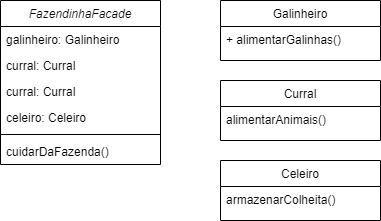
Above: Facade/facade.png in robertobarros5/EngenhariaDeSoftware (draw.io), before the change. Source tidied: cells renumbered, new cells last; positions are measured from the earlier drawing's top-left corner, leaving out a move shared by most shapes.
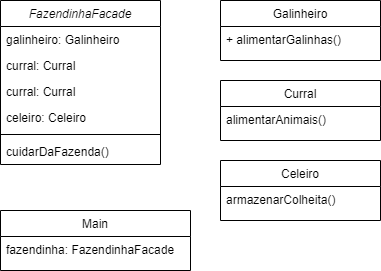
The same diagram one commit later.

Diff of the diagram source:
```diff
@@ -41,5 +41,11 @@
     <mxCell id="14" value="armazenarColheita()" style="text;align=left;verticalAlign=top;spacingLeft=4;spacingRight=4;overflow=hidden;" parent="13" vertex="1">
       <mxGeometry y="26" width="160" height="26" as="geometry" />
     </mxCell>
+    <mxCell id="15" value="Main" style="swimlane;fontStyle=0;align=center;verticalAlign=top;horizontal=1;startSize=26;rounded=0;shadow=0;strokeWidth=1;" parent="1" vertex="1">
+      <mxGeometry y="210" width="190" height="60" as="geometry" />
+    </mxCell>
+    <mxCell id="16" value="fazendinha: FazendinhaFacade" style="text;align=left;verticalAlign=top;spacingLeft=4;spacingRight=4;overflow=hidden;" parent="15" vertex="1">
+      <mxGeometry y="26" width="190" height="26" as="geometry" />
+    </mxCell>
   </root>
 </mxGraphModel>
```
